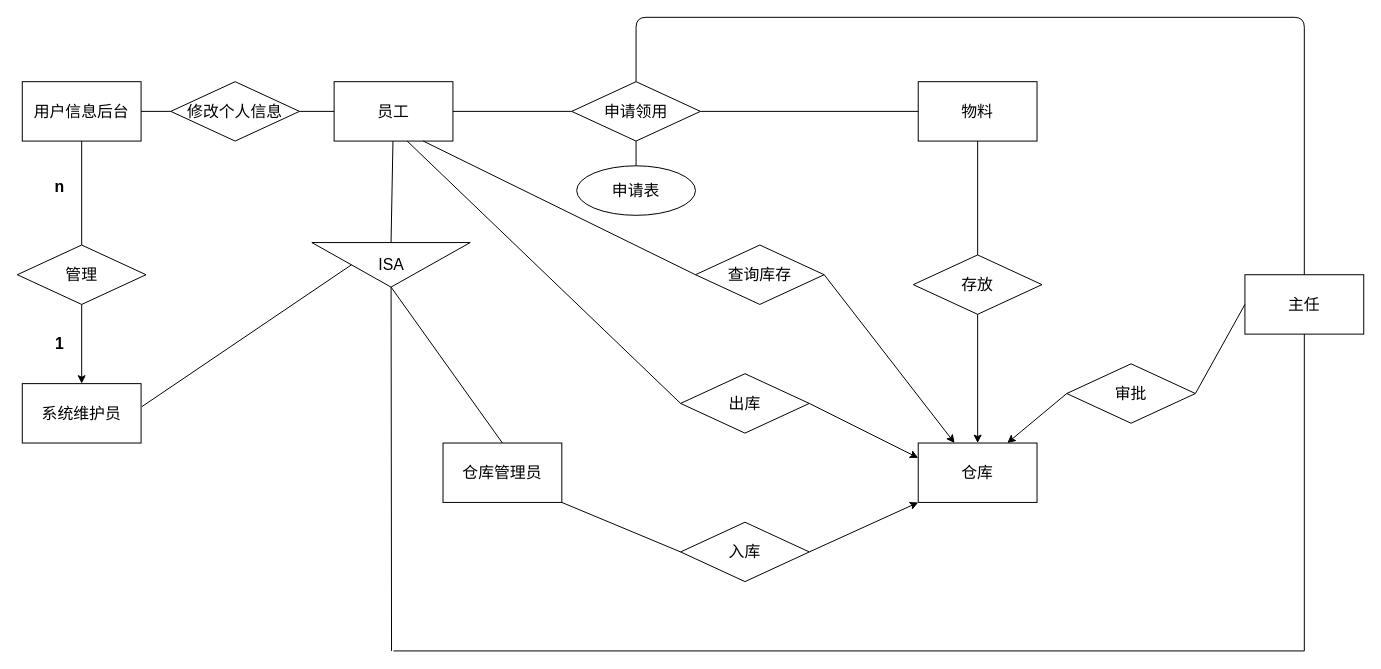
This is 大关系.drawio from images130/LJ_Project, a draw.io file, before an edit. Source tidied: cells renumbered, new cells numbered last; positions are measured from the earlier drawing's top-left corner, leaving out a move shared by most shapes. Both pictures are drawn from the tidied source at 99%, with x=0, y=0 at pixel (17, 17).
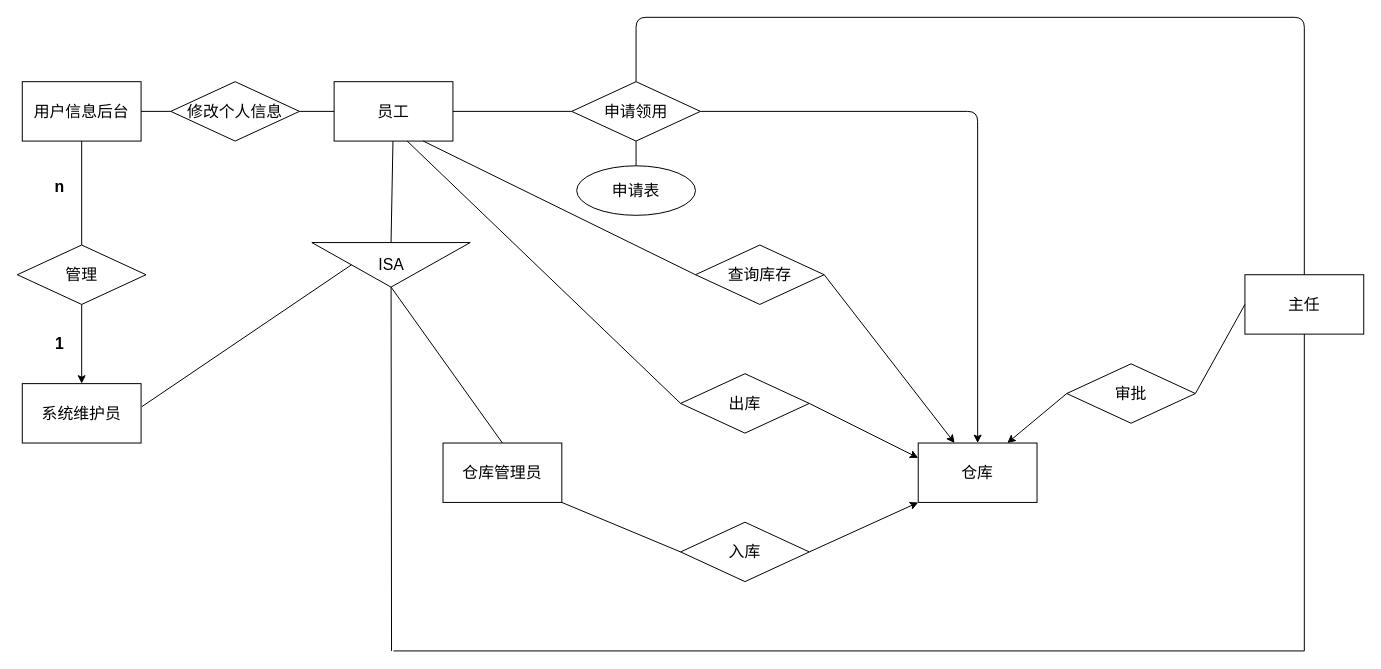
Above is the later version.

Unchanged cells that the change refers to:
```xml
<mxCell id="4" value="申请领用" style="rhombus;whiteSpace=wrap;html=1;fontSize=16;fontStyle=0;" parent="1" vertex="1">
  <mxGeometry x="560" y="65" width="130" height="60" as="geometry" />
</mxCell>
<mxCell id="7" value="仓库" style="rounded=0;whiteSpace=wrap;html=1;fontSize=16;fontStyle=0;" parent="1" vertex="1">
  <mxGeometry x="910" y="430" width="120" height="60" as="geometry" />
</mxCell>
```

The edit, as a diff of the source:
```diff
@@
-    <mxCell id="2" value="物料" style="rounded=0;whiteSpace=wrap;html=1;fontSize=16;fontStyle=0;" parent="1" vertex="1">
-      <mxGeometry x="910" y="65" width="120" height="60" as="geometry" />
-    </mxCell>
@@
-    <mxCell id="6" style="endArrow=none;html=1;exitX=1;exitY=0.5;exitDx=0;exitDy=0;fontSize=16;fontStyle=0;entryX=0;entryY=0.5;entryDx=0;entryDy=0;" parent="1" edge="1" source="4" target="2">
-      <mxGeometry relative="1" as="geometry" />
-    </mxCell>
@@
-    <mxCell id="15" value="存放" style="rhombus;whiteSpace=wrap;html=1;fontSize=16;fontStyle=0;" parent="1" vertex="1">
-      <mxGeometry x="905" y="240" width="130" height="60" as="geometry" />
-    </mxCell>
-    <mxCell id="16" style="endArrow=none;html=1;entryX=0.5;entryY=1;entryDx=0;entryDy=0;exitX=0.5;exitY=0;exitDx=0;exitDy=0;fontSize=16;fontStyle=0;" parent="1" edge="1" source="15" target="2">
-      <mxGeometry relative="1" as="geometry" />
-    </mxCell>
@@
-    <mxCell id="35" style="endArrow=classic;html=1;exitX=0.5;exitY=1;exitDx=0;exitDy=0;fontSize=16;" parent="1" edge="1" source="15" target="7">
-      <mxGeometry relative="1" as="geometry" />
-    </mxCell>
@@
+    <mxCell id="45" style="endArrow=classic;html=1;entryX=0.5;entryY=0;entryDx=0;entryDy=0;exitX=1;exitY=0.5;exitDx=0;exitDy=0;" parent="1" edge="1" source="4" target="7">
+      <mxGeometry relative="1" as="geometry">
+        <Array as="points">
+          <mxPoint x="970" y="95" />
+        </Array>
+      </mxGeometry>
+    </mxCell>
```
